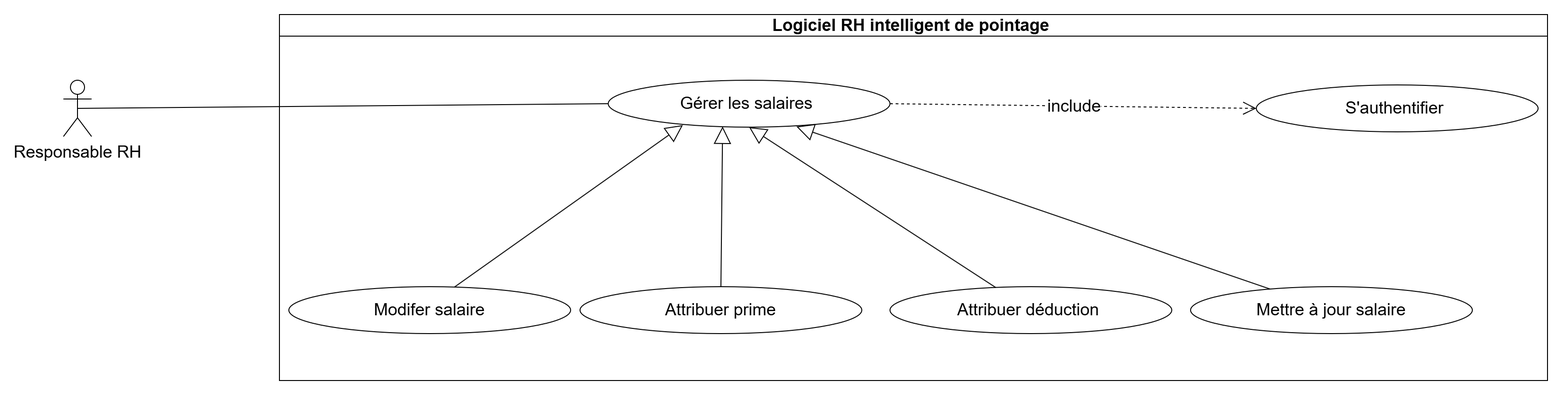
Before: projet/images/usecase/sprint 3/refinnement_gere_salaire.png, a diagram exported from draw.io (louu7895/pfe). Source tidied: cells renumbered, new cells last; positions are measured from the earlier drawing's top-left corner, leaving out a move shared by most shapes. Source of this version:
```xml
<mxGraphModel>
  <root>
    <mxCell id="0" />
    <mxCell id="1" parent="0" />
    <mxCell id="2" value="Responsable RH" style="shape=umlActor;verticalLabelPosition=bottom;verticalAlign=top;html=1;outlineConnect=0;fontSize=18;" parent="1" vertex="1">
      <mxGeometry y="70" width="30" height="60" as="geometry" />
    </mxCell>
    <mxCell id="3" value="Logiciel RH intelligent de pointage&amp;nbsp;" style="swimlane;whiteSpace=wrap;html=1;fontSize=18;" parent="1" vertex="1">
      <mxGeometry x="230" width="1350" height="390" as="geometry" />
    </mxCell>
    <mxCell id="4" value="S'authentifier&amp;nbsp;" style="ellipse;whiteSpace=wrap;html=1;fontSize=18;" parent="3" vertex="1">
      <mxGeometry x="1040" y="75" width="300" height="50" as="geometry" />
    </mxCell>
    <mxCell id="5" style="endArrow=none;html=1;rounded=0;entryX=0;entryY=0.5;entryDx=0;entryDy=0;exitX=0.5;exitY=0.5;exitDx=0;exitDy=0;exitPerimeter=0;fontSize=18;" parent="1" edge="1" source="2" target="6">
      <mxGeometry relative="1" as="geometry" />
    </mxCell>
    <mxCell id="6" value="Gérer les salaires&amp;nbsp;" style="ellipse;whiteSpace=wrap;html=1;fontSize=18;" parent="1" vertex="1">
      <mxGeometry x="580" y="70" width="300" height="50" as="geometry" />
    </mxCell>
    <mxCell id="7" value="Mettre à jour&amp;nbsp;&lt;span style=&quot;background-color: transparent; color: light-dark(rgb(0, 0, 0), rgb(255, 255, 255));&quot;&gt;salaire&lt;/span&gt;" style="ellipse;whiteSpace=wrap;html=1;fontSize=18;" parent="1" vertex="1">
      <mxGeometry x="1200" y="290" width="300" height="50" as="geometry" />
    </mxCell>
    <mxCell id="8" value="Modifer salaire" style="ellipse;whiteSpace=wrap;html=1;fontSize=18;" parent="1" vertex="1">
      <mxGeometry x="240" y="290" width="300" height="50" as="geometry" />
    </mxCell>
    <mxCell id="9" style="endArrow=block;endSize=16;endFill=0;html=1;rounded=0;entryX=0.265;entryY=0.956;entryDx=0;entryDy=0;entryPerimeter=0;exitX=0.589;exitY=0.003;exitDx=0;exitDy=0;exitPerimeter=0;fontSize=18;" parent="1" edge="1" source="8" target="6">
      <mxGeometry relative="1" as="geometry" />
    </mxCell>
    <mxCell id="10" style="endArrow=block;endSize=16;endFill=0;html=1;rounded=0;entryX=0.668;entryY=0.988;entryDx=0;entryDy=0;entryPerimeter=0;fontSize=18;" parent="1" edge="1" source="7" target="6">
      <mxGeometry relative="1" as="geometry" />
    </mxCell>
    <mxCell id="11" value="include" style="endArrow=open;endSize=12;dashed=1;html=1;rounded=0;entryX=0;entryY=0.5;entryDx=0;entryDy=0;exitX=1;exitY=0.5;exitDx=0;exitDy=0;fontSize=18;" parent="1" edge="1" source="6" target="4">
      <mxGeometry relative="1" as="geometry" />
    </mxCell>
    <mxCell id="12" value="&lt;div&gt;&lt;div&gt;Attribuer déduction&amp;nbsp;&lt;/div&gt;&lt;/div&gt;" style="ellipse;whiteSpace=wrap;html=1;fontSize=18;" parent="1" vertex="1">
      <mxGeometry x="880" y="290" width="300" height="50" as="geometry" />
    </mxCell>
    <mxCell id="13" value="&lt;div&gt;&lt;div&gt;Attribuer prime&lt;/div&gt;&lt;/div&gt;" style="ellipse;whiteSpace=wrap;html=1;fontSize=18;" parent="1" vertex="1">
      <mxGeometry x="550" y="290" width="300" height="50" as="geometry" />
    </mxCell>
    <mxCell id="14" style="endArrow=block;endSize=16;endFill=0;html=1;rounded=0;entryX=0.406;entryY=0.986;entryDx=0;entryDy=0;entryPerimeter=0;fontSize=18;" parent="1" edge="1" source="13" target="6">
      <mxGeometry relative="1" as="geometry" />
    </mxCell>
    <mxCell id="15" style="endArrow=block;endSize=16;endFill=0;html=1;rounded=0;entryX=0.5;entryY=1;entryDx=0;entryDy=0;fontSize=18;" parent="1" edge="1" source="12" target="6">
      <mxGeometry relative="1" as="geometry" />
    </mxCell>
  </root>
</mxGraphModel>
```
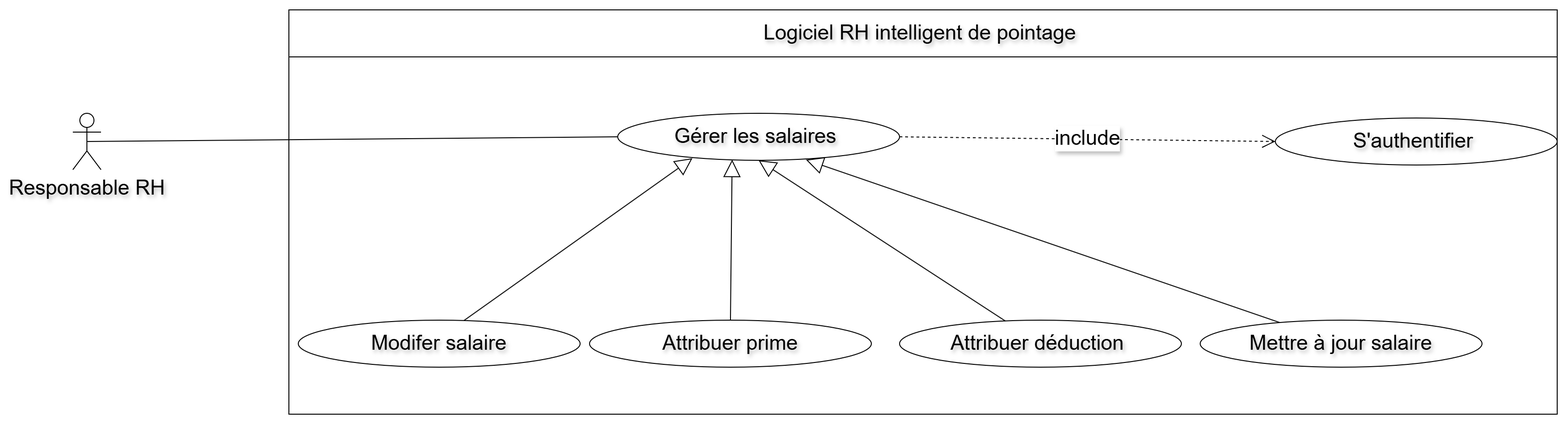
After the commit.

Diff of the diagram source:
```diff
@@ -2,46 +2,46 @@
   <root>
     <mxCell id="0" />
     <mxCell id="1" parent="0" />
-    <mxCell id="2" value="Responsable RH" style="shape=umlActor;verticalLabelPosition=bottom;verticalAlign=top;html=1;outlineConnect=0;fontSize=18;" parent="1" vertex="1">
+    <mxCell id="2" value="Responsable RH" style="shape=umlActor;verticalLabelPosition=bottom;verticalAlign=top;html=1;outlineConnect=0;fontSize=22;fontStyle=0;textShadow=1;" parent="1" vertex="1">
       <mxGeometry y="70" width="30" height="60" as="geometry" />
     </mxCell>
-    <mxCell id="3" value="Logiciel RH intelligent de pointage&amp;nbsp;" style="swimlane;whiteSpace=wrap;html=1;fontSize=18;" parent="1" vertex="1">
-      <mxGeometry x="230" width="1350" height="390" as="geometry" />
+    <mxCell id="3" value="Logiciel RH intelligent de pointage&amp;nbsp;" style="swimlane;whiteSpace=wrap;html=1;fontSize=22;startSize=50;fontStyle=0;textShadow=1;" parent="1" vertex="1">
+      <mxGeometry x="230" y="-40" width="1350" height="430" as="geometry" />
     </mxCell>
-    <mxCell id="4" value="S'authentifier&amp;nbsp;" style="ellipse;whiteSpace=wrap;html=1;fontSize=18;" parent="3" vertex="1">
-      <mxGeometry x="1040" y="75" width="300" height="50" as="geometry" />
+    <mxCell id="4" value="S'authentifier&amp;nbsp;" style="ellipse;whiteSpace=wrap;html=1;fontSize=22;fontStyle=0;textShadow=1;" parent="3" vertex="1">
+      <mxGeometry x="1050" y="115" width="300" height="50" as="geometry" />
     </mxCell>
-    <mxCell id="5" style="endArrow=none;html=1;rounded=0;entryX=0;entryY=0.5;entryDx=0;entryDy=0;exitX=0.5;exitY=0.5;exitDx=0;exitDy=0;exitPerimeter=0;fontSize=18;" parent="1" edge="1" source="2" target="6">
+    <mxCell id="5" style="endArrow=none;html=1;rounded=0;entryX=0;entryY=0.5;entryDx=0;entryDy=0;exitX=0.5;exitY=0.5;exitDx=0;exitDy=0;exitPerimeter=0;fontSize=22;fontStyle=0;textShadow=1;" parent="1" edge="1" source="2" target="6">
       <mxGeometry relative="1" as="geometry" />
     </mxCell>
-    <mxCell id="6" value="Gérer les salaires&amp;nbsp;" style="ellipse;whiteSpace=wrap;html=1;fontSize=18;" parent="1" vertex="1">
+    <mxCell id="6" value="Gérer les salaires&amp;nbsp;" style="ellipse;whiteSpace=wrap;html=1;fontSize=22;fontStyle=0;textShadow=1;" parent="1" vertex="1">
       <mxGeometry x="580" y="70" width="300" height="50" as="geometry" />
     </mxCell>
-    <mxCell id="7" value="Mettre à jour&amp;nbsp;&lt;span style=&quot;background-color: transparent; color: light-dark(rgb(0, 0, 0), rgb(255, 255, 255));&quot;&gt;salaire&lt;/span&gt;" style="ellipse;whiteSpace=wrap;html=1;fontSize=18;" parent="1" vertex="1">
+    <mxCell id="7" value="Mettre à jour&amp;nbsp;&lt;span style=&quot;background-color: transparent; color: light-dark(rgb(0, 0, 0), rgb(255, 255, 255));&quot;&gt;salaire&lt;/span&gt;" style="ellipse;whiteSpace=wrap;html=1;fontSize=22;fontStyle=0;textShadow=1;" parent="1" vertex="1">
       <mxGeometry x="1200" y="290" width="300" height="50" as="geometry" />
     </mxCell>
-    <mxCell id="8" value="Modifer salaire" style="ellipse;whiteSpace=wrap;html=1;fontSize=18;" parent="1" vertex="1">
+    <mxCell id="8" value="Modifer salaire" style="ellipse;whiteSpace=wrap;html=1;fontSize=22;fontStyle=0;textShadow=1;" parent="1" vertex="1">
       <mxGeometry x="240" y="290" width="300" height="50" as="geometry" />
     </mxCell>
-    <mxCell id="9" style="endArrow=block;endSize=16;endFill=0;html=1;rounded=0;entryX=0.265;entryY=0.956;entryDx=0;entryDy=0;entryPerimeter=0;exitX=0.589;exitY=0.003;exitDx=0;exitDy=0;exitPerimeter=0;fontSize=18;" parent="1" edge="1" source="8" target="6">
+    <mxCell id="9" style="endArrow=block;endSize=16;endFill=0;html=1;rounded=0;entryX=0.265;entryY=0.956;entryDx=0;entryDy=0;entryPerimeter=0;exitX=0.589;exitY=0.003;exitDx=0;exitDy=0;exitPerimeter=0;fontSize=22;fontStyle=0;textShadow=1;" parent="1" edge="1" source="8" target="6">
       <mxGeometry relative="1" as="geometry" />
     </mxCell>
-    <mxCell id="10" style="endArrow=block;endSize=16;endFill=0;html=1;rounded=0;entryX=0.668;entryY=0.988;entryDx=0;entryDy=0;entryPerimeter=0;fontSize=18;" parent="1" edge="1" source="7" target="6">
+    <mxCell id="10" style="endArrow=block;endSize=16;endFill=0;html=1;rounded=0;entryX=0.668;entryY=0.988;entryDx=0;entryDy=0;entryPerimeter=0;fontSize=22;fontStyle=0;textShadow=1;" parent="1" edge="1" source="7" target="6">
       <mxGeometry relative="1" as="geometry" />
     </mxCell>
-    <mxCell id="11" value="include" style="endArrow=open;endSize=12;dashed=1;html=1;rounded=0;entryX=0;entryY=0.5;entryDx=0;entryDy=0;exitX=1;exitY=0.5;exitDx=0;exitDy=0;fontSize=18;" parent="1" edge="1" source="6" target="4">
+    <mxCell id="11" value="include" style="endArrow=open;endSize=12;dashed=1;html=1;rounded=0;entryX=0;entryY=0.5;entryDx=0;entryDy=0;exitX=1;exitY=0.5;exitDx=0;exitDy=0;fontSize=22;fontStyle=0;textShadow=1;" parent="1" edge="1" source="6" target="4">
       <mxGeometry relative="1" as="geometry" />
     </mxCell>
-    <mxCell id="12" value="&lt;div&gt;&lt;div&gt;Attribuer déduction&amp;nbsp;&lt;/div&gt;&lt;/div&gt;" style="ellipse;whiteSpace=wrap;html=1;fontSize=18;" parent="1" vertex="1">
+    <mxCell id="12" value="&lt;div&gt;&lt;div&gt;Attribuer déduction&amp;nbsp;&lt;/div&gt;&lt;/div&gt;" style="ellipse;whiteSpace=wrap;html=1;fontSize=22;fontStyle=0;textShadow=1;" parent="1" vertex="1">
       <mxGeometry x="880" y="290" width="300" height="50" as="geometry" />
     </mxCell>
-    <mxCell id="13" value="&lt;div&gt;&lt;div&gt;Attribuer prime&lt;/div&gt;&lt;/div&gt;" style="ellipse;whiteSpace=wrap;html=1;fontSize=18;" parent="1" vertex="1">
+    <mxCell id="13" value="&lt;div&gt;&lt;div&gt;Attribuer prime&lt;/div&gt;&lt;/div&gt;" style="ellipse;whiteSpace=wrap;html=1;fontSize=22;fontStyle=0;textShadow=1;" parent="1" vertex="1">
       <mxGeometry x="550" y="290" width="300" height="50" as="geometry" />
     </mxCell>
-    <mxCell id="14" style="endArrow=block;endSize=16;endFill=0;html=1;rounded=0;entryX=0.406;entryY=0.986;entryDx=0;entryDy=0;entryPerimeter=0;fontSize=18;" parent="1" edge="1" source="13" target="6">
+    <mxCell id="14" style="endArrow=block;endSize=16;endFill=0;html=1;rounded=0;entryX=0.406;entryY=0.986;entryDx=0;entryDy=0;entryPerimeter=0;fontSize=22;fontStyle=0;textShadow=1;" parent="1" edge="1" source="13" target="6">
       <mxGeometry relative="1" as="geometry" />
     </mxCell>
-    <mxCell id="15" style="endArrow=block;endSize=16;endFill=0;html=1;rounded=0;entryX=0.5;entryY=1;entryDx=0;entryDy=0;fontSize=18;" parent="1" edge="1" source="12" target="6">
+    <mxCell id="15" style="endArrow=block;endSize=16;endFill=0;html=1;rounded=0;entryX=0.5;entryY=1;entryDx=0;entryDy=0;fontSize=22;fontStyle=0;textShadow=1;" parent="1" edge="1" source="12" target="6">
       <mxGeometry relative="1" as="geometry" />
     </mxCell>
   </root>
```
